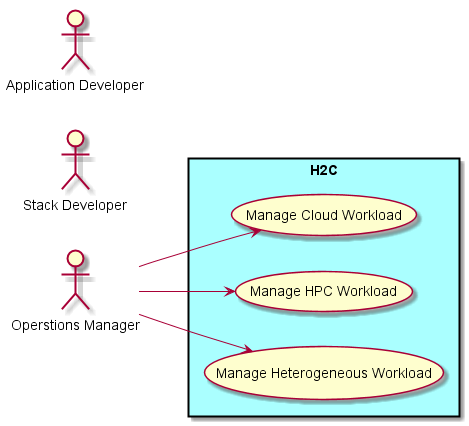
The PlantUML diagram docs/UseCases/UseCases.png in CAADE/H2C, before a commit. Source of this version:
```plantuml
@startuml
left to right direction
:Operstions Manager: as ops
:Stack Developer: as stackdev
:Application Developer: as dev

rectangle "H2C"  #aaffff {
  usecase "Manage Cloud Workload" as MCW
  usecase "Manage HPC Workload" as MHW
  usecase "Manage Heterogeneous Workload" as MGW
}

ops --> MCW
ops --> MHW
ops --> MGW

@enduml
```
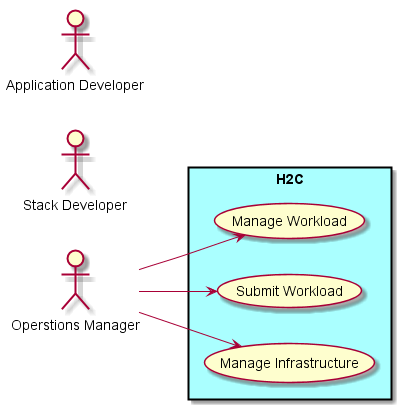
The same file after the commit.

Change to the diagram source:
```diff
@@ -5,13 +5,13 @@
 :Application Developer: as dev
 
 rectangle "H2C"  #aaffff {
-  usecase "Manage Cloud Workload" as MCW
-  usecase "Manage HPC Workload" as MHW
-  usecase "Manage Heterogeneous Workload" as MGW
+  usecase "Manage Workload" as MW
+  usecase "Submit Workload" as SW
+  usecase "Manage Infrastructure" as MI
 }
 
-ops --> MCW
-ops --> MHW
-ops --> MGW
+ops --> MW
+ops --> SW
+ops --> MI
 
 @enduml
```
